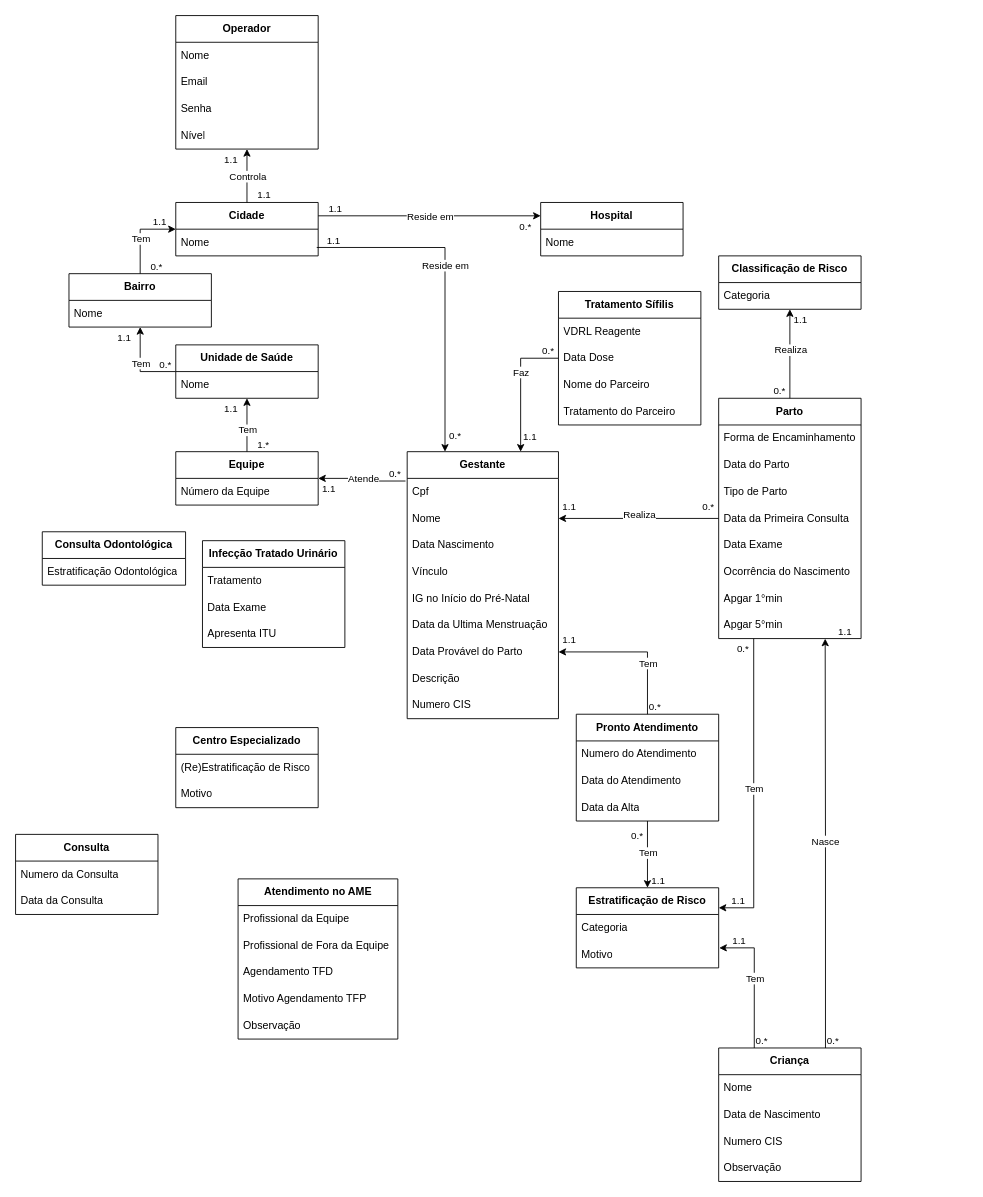
Before: Diagrama sem nome.drawio in LuizGustavoNascimeto/draw.io, a draw.io diagram. Source tidied: cells renumbered, new cells numbered last; positions are measured from the earlier drawing's top-left corner, leaving out a move shared by most shapes. Both pictures are drawn from the tidied source at 89%, with x=0, y=0 at pixel (15, 15).
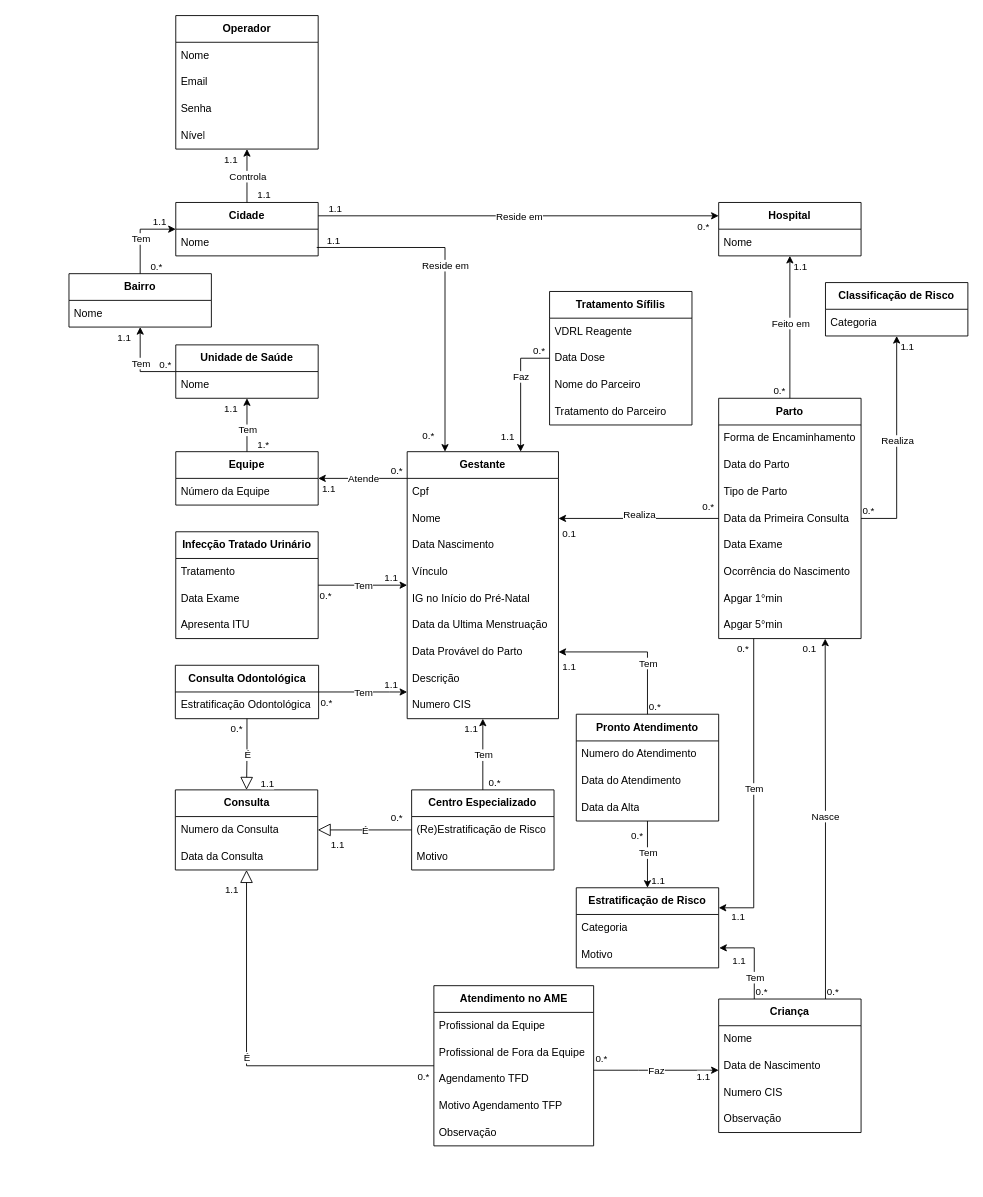
The same diagram, later.

Unchanged cells that the change refers to:
```xml
<mxCell id="25" value="&lt;div&gt;&lt;b&gt;Equipe&lt;/b&gt;&lt;/div&gt;" style="swimlane;fontStyle=0;horizontal=1;startSize=30;whiteSpace=wrap;html=1;" parent="1" vertex="1">
  <mxGeometry x="180" y="490" width="160" height="60" as="geometry" />
</mxCell>
<mxCell id="33" value="&lt;b&gt;Gestante&lt;br&gt;&lt;/b&gt;" style="swimlane;fontStyle=0;horizontal=1;startSize=30;whiteSpace=wrap;html=1;" parent="1" vertex="1">
  <mxGeometry x="440" y="490" width="170" height="300" as="geometry" />
</mxCell>
<mxCell id="34" value="Cpf" style="text;strokeColor=none;fillColor=none;align=left;verticalAlign=middle;spacingLeft=4;spacingRight=4;overflow=hidden;points=[[0,0.5],[1,0.5]];portConstraint=eastwest;whiteSpace=wrap;html=1;" parent="33" vertex="1">
  <mxGeometry y="30" width="170" height="30" as="geometry" />
</mxCell>
<mxCell id="42" value="Numero CIS" style="text;strokeColor=none;fillColor=none;align=left;verticalAlign=middle;spacingLeft=4;spacingRight=4;overflow=hidden;points=[[0,0.5],[1,0.5]];portConstraint=eastwest;whiteSpace=wrap;html=1;" parent="33" vertex="1">
  <mxGeometry y="270" width="170" height="30" as="geometry" />
</mxCell>
<mxCell id="77" value="&lt;b&gt;Parto&lt;br&gt;&lt;/b&gt;" style="swimlane;fontStyle=0;horizontal=1;startSize=30;whiteSpace=wrap;html=1;" parent="1" vertex="1">
  <mxGeometry x="790" y="430" width="160" height="270" as="geometry" />
</mxCell>
<mxCell id="81" value="Data da Primeira Consulta" style="text;strokeColor=none;fillColor=none;align=left;verticalAlign=middle;spacingLeft=4;spacingRight=4;overflow=hidden;points=[[0,0.5],[1,0.5]];portConstraint=eastwest;whiteSpace=wrap;html=1;" parent="77" vertex="1">
  <mxGeometry y="120" width="160" height="30" as="geometry" />
</mxCell>
<mxCell id="93" style="endArrow=classic;html=1;rounded=0;entryX=0.25;entryY=0;entryDx=0;entryDy=0;edgeStyle=orthogonalEdgeStyle;exitX=0.99;exitY=0.685;exitDx=0;exitDy=0;exitPerimeter=0;" parent="1" edge="1" source="8" target="33">
  <mxGeometry relative="1" as="geometry" />
</mxCell>
<mxCell id="101" style="endArrow=classic;html=1;rounded=0;entryX=0.75;entryY=0;entryDx=0;entryDy=0;edgeStyle=orthogonalEdgeStyle;exitX=0;exitY=0.5;exitDx=0;exitDy=0;" parent="1" edge="1" source="88" target="33">
  <mxGeometry relative="1" as="geometry">
    <Array as="points">
      <mxPoint x="567" y="385" />
    </Array>
  </mxGeometry>
</mxCell>
<mxCell id="105" style="endArrow=classic;html=1;rounded=0;entryX=1;entryY=0.5;entryDx=0;entryDy=0;edgeStyle=orthogonalEdgeStyle;" parent="1" edge="1" source="77" target="35">
  <mxGeometry relative="1" as="geometry" />
</mxCell>
<mxCell id="113" style="endArrow=classic;html=1;rounded=0;entryX=1;entryY=0.5;entryDx=0;entryDy=0;edgeStyle=orthogonalEdgeStyle;" parent="1" edge="1" source="73" target="40">
  <mxGeometry relative="1" as="geometry" />
</mxCell>
<mxCell id="121" style="endArrow=classic;html=1;rounded=0;entryX=1;entryY=0.25;entryDx=0;entryDy=0;edgeStyle=orthogonalEdgeStyle;exitX=0.246;exitY=1.003;exitDx=0;exitDy=0;exitPerimeter=0;" parent="1" edge="1" source="85" target="65">
  <mxGeometry relative="1" as="geometry" />
</mxCell>
<mxCell id="125" style="endArrow=classic;html=1;rounded=0;edgeStyle=orthogonalEdgeStyle;exitX=0.75;exitY=0;exitDx=0;exitDy=0;entryX=0.748;entryY=1.003;entryDx=0;entryDy=0;entryPerimeter=0;" parent="1" edge="1" source="68" target="85">
  <mxGeometry relative="1" as="geometry" />
</mxCell>
<mxCell id="129" style="endArrow=classic;html=1;rounded=0;edgeStyle=orthogonalEdgeStyle;exitX=0.25;exitY=0;exitDx=0;exitDy=0;entryX=1.004;entryY=0.251;entryDx=0;entryDy=0;entryPerimeter=0;" parent="1" edge="1" source="68" target="67">
  <mxGeometry relative="1" as="geometry" />
</mxCell>
```

Change to the diagram source:
```diff
@@
     <mxCell id="31" value="&lt;b&gt;Hospital&lt;/b&gt;" style="swimlane;fontStyle=0;horizontal=1;startSize=30;whiteSpace=wrap;html=1;" parent="1" vertex="1">
-      <mxGeometry x="590" y="210" width="160" height="60" as="geometry" />
+      <mxGeometry x="790" y="210" width="160" height="60" as="geometry" />
     </mxCell>
@@
-    <mxCell id="43" style="endArrow=classic;html=1;rounded=0;edgeStyle=orthogonalEdgeStyle;exitX=-0.011;exitY=0.099;exitDx=0;exitDy=0;exitPerimeter=0;" parent="1" edge="1" source="34" target="25">
+    <mxCell id="43" style="endArrow=classic;html=1;rounded=0;edgeStyle=orthogonalEdgeStyle;exitX=0.001;exitY=0.1;exitDx=0;exitDy=0;exitPerimeter=0;" parent="1" edge="1" source="33" target="25">
       <mxGeometry relative="1" as="geometry" />
     </mxCell>
@@
     <mxCell id="47" value="&lt;b&gt;Consulta Odontológica&lt;/b&gt;" style="swimlane;fontStyle=0;horizontal=1;startSize=30;whiteSpace=wrap;html=1;" parent="1" vertex="1">
-      <mxGeometry x="30" y="580" width="161" height="60" as="geometry" />
+      <mxGeometry x="179.5" y="730" width="161" height="60" as="geometry" />
     </mxCell>
@@
     <mxCell id="49" value="&lt;b&gt;Infecção Tratado Urinário&lt;br&gt;&lt;/b&gt;" style="swimlane;fontStyle=0;horizontal=1;startSize=30;whiteSpace=wrap;html=1;" parent="1" vertex="1">
-      <mxGeometry x="210" y="590" width="160" height="120" as="geometry" />
+      <mxGeometry x="180" y="580" width="160" height="120" as="geometry" />
     </mxCell>
@@
     <mxCell id="53" value="&lt;b&gt;Centro Especializado&lt;br&gt;&lt;/b&gt;" style="swimlane;fontStyle=0;horizontal=1;startSize=30;whiteSpace=wrap;html=1;" parent="1" vertex="1">
-      <mxGeometry x="180" y="800" width="160" height="90" as="geometry" />
+      <mxGeometry x="445" y="870" width="160" height="90" as="geometry" />
     </mxCell>
@@
     <mxCell id="56" value="&lt;b&gt;Consulta&lt;br&gt;&lt;/b&gt;" style="swimlane;fontStyle=0;horizontal=1;startSize=30;whiteSpace=wrap;html=1;" parent="1" vertex="1">
-      <mxGeometry y="920" width="160" height="90" as="geometry" />
+      <mxGeometry x="179.5" y="870" width="160" height="90" as="geometry" />
     </mxCell>
@@
     <mxCell id="59" value="&lt;b&gt;Atendimento no AME&lt;br&gt;&lt;/b&gt;" style="swimlane;fontStyle=0;horizontal=1;startSize=30;whiteSpace=wrap;html=1;" parent="1" vertex="1">
-      <mxGeometry x="250" y="970" width="179.5" height="180" as="geometry" />
+      <mxGeometry x="470" y="1090" width="179.5" height="180" as="geometry" />
     </mxCell>
@@
     <mxCell id="68" value="&lt;b&gt;Criança&lt;br&gt;&lt;/b&gt;" style="swimlane;fontStyle=0;horizontal=1;startSize=30;whiteSpace=wrap;html=1;" parent="1" vertex="1">
-      <mxGeometry x="790" y="1160" width="160" height="150" as="geometry" />
+      <mxGeometry x="790" y="1105" width="160" height="150" as="geometry" />
     </mxCell>
@@
     <mxCell id="86" value="&lt;b&gt;Tratamento Sífilis&lt;br&gt;&lt;/b&gt;" style="swimlane;fontStyle=0;horizontal=1;startSize=30;whiteSpace=wrap;html=1;" parent="1" vertex="1">
-      <mxGeometry x="610" y="310" width="160" height="150" as="geometry" />
+      <mxGeometry x="600" y="310" width="160" height="150" as="geometry" />
     </mxCell>
@@
     <mxCell id="91" value="&lt;b&gt;Classificação de Risco&lt;br&gt;&lt;/b&gt;" style="swimlane;fontStyle=0;horizontal=1;startSize=30;whiteSpace=wrap;html=1;" parent="1" vertex="1">
-      <mxGeometry x="790" y="270" width="160" height="60" as="geometry" />
+      <mxGeometry x="910" y="300" width="160" height="60" as="geometry" />
     </mxCell>
@@
     <mxCell id="96" value="0.*" style="edgeLabel;html=1;align=right;verticalAlign=bottom;rotation=0;" parent="93" vertex="1">
       <mxGeometry x="1" relative="1" as="geometry">
-        <mxPoint x="18" y="-10" as="offset" />
+        <mxPoint x="-12" y="-10" as="offset" />
       </mxGeometry>
     </mxCell>
@@
     <mxCell id="104" value="1.1" style="edgeLabel;html=1;align=right;verticalAlign=bottom;rotation=0;" parent="101" vertex="1">
       <mxGeometry x="1" relative="1" as="geometry">
-        <mxPoint x="18" y="-10" as="offset" />
+        <mxPoint x="-7" y="-10" as="offset" />
       </mxGeometry>
     </mxCell>
@@
-    <mxCell id="108" value="1.1" style="edgeLabel;html=1;align=right;verticalAlign=bottom;rotation=0;" parent="105" vertex="1">
+    <mxCell id="108" value="0.1" style="edgeLabel;html=1;align=right;verticalAlign=bottom;rotation=0;" parent="105" vertex="1">
       <mxGeometry x="1" relative="1" as="geometry">
-        <mxPoint x="20" y="-5" as="offset" />
+        <mxPoint x="20" y="25" as="offset" />
       </mxGeometry>
     </mxCell>
-    <mxCell id="109" style="endArrow=classic;html=1;rounded=0;edgeStyle=orthogonalEdgeStyle;" parent="1" edge="1" source="77" target="91">
+    <mxCell id="109" style="endArrow=classic;html=1;rounded=0;edgeStyle=orthogonalEdgeStyle;" parent="1" edge="1" source="81" target="91">
       <mxGeometry relative="1" as="geometry" />
     </mxCell>
@@
     <mxCell id="111" value="0.*" style="edgeLabel;html=1;align=left;verticalAlign=bottom;" parent="109" vertex="1">
-      <mxGeometry x="-1" relative="1" as="geometry">
-        <mxPoint x="-20" as="offset" />
-      </mxGeometry>
+      <mxGeometry x="-1" relative="1" as="geometry" />
     </mxCell>
@@
     <mxCell id="116" value="1.1" style="edgeLabel;html=1;align=right;verticalAlign=bottom;rotation=0;" parent="113" vertex="1">
       <mxGeometry x="1" relative="1" as="geometry">
-        <mxPoint x="20" y="-5" as="offset" />
+        <mxPoint x="20" y="25" as="offset" />
       </mxGeometry>
     </mxCell>
@@
     <mxCell id="124" value="1.1" style="edgeLabel;html=1;align=right;verticalAlign=bottom;rotation=0;" parent="121" vertex="1">
       <mxGeometry x="1" relative="1" as="geometry">
-        <mxPoint x="30" as="offset" />
+        <mxPoint x="30" y="18" as="offset" />
       </mxGeometry>
     </mxCell>
@@
-    <mxCell id="128" value="1.1" style="edgeLabel;html=1;align=right;verticalAlign=bottom;rotation=0;" parent="125" vertex="1">
+    <mxCell id="128" value="0.1" style="edgeLabel;html=1;align=right;verticalAlign=bottom;rotation=0;" parent="125" vertex="1">
       <mxGeometry x="1" relative="1" as="geometry">
-        <mxPoint x="30" as="offset" />
+        <mxPoint x="-10" y="20" as="offset" />
       </mxGeometry>
     </mxCell>
@@
     <mxCell id="130" value="Tem" style="edgeLabel;html=1;align=center;verticalAlign=middle;" parent="129" vertex="1">
       <mxGeometry relative="1" as="geometry">
-        <mxPoint y="-3" as="offset" />
+        <mxPoint y="23" as="offset" />
       </mxGeometry>
     </mxCell>
@@
     <mxCell id="132" value="1.1" style="edgeLabel;html=1;align=right;verticalAlign=bottom;rotation=0;" parent="129" vertex="1">
       <mxGeometry x="1" relative="1" as="geometry">
-        <mxPoint x="30" as="offset" />
+        <mxPoint x="30" y="22" as="offset" />
       </mxGeometry>
     </mxCell>
+    <mxCell id="133" style="endArrow=classic;html=1;rounded=0;edgeStyle=orthogonalEdgeStyle;" parent="1" edge="1" source="49" target="33">
+      <mxGeometry relative="1" as="geometry" />
+    </mxCell>
+    <mxCell id="134" value="Tem" style="edgeLabel;html=1;align=center;verticalAlign=middle;" parent="133" vertex="1">
+      <mxGeometry relative="1" as="geometry" />
+    </mxCell>
+    <mxCell id="135" value="0.*" style="edgeLabel;html=1;align=left;verticalAlign=bottom;" parent="133" vertex="1">
+      <mxGeometry x="-1" relative="1" as="geometry">
+        <mxPoint y="20" as="offset" />
+      </mxGeometry>
+    </mxCell>
+    <mxCell id="136" value="1.1" style="edgeLabel;html=1;align=right;verticalAlign=bottom;rotation=0;" parent="133" vertex="1">
+      <mxGeometry x="1" relative="1" as="geometry">
+        <mxPoint x="-10" as="offset" />
+      </mxGeometry>
+    </mxCell>
+    <mxCell id="137" style="endArrow=classic;html=1;rounded=0;edgeStyle=orthogonalEdgeStyle;entryX=0;entryY=0.001;entryDx=0;entryDy=0;entryPerimeter=0;" parent="1" edge="1" source="47" target="42">
+      <mxGeometry relative="1" as="geometry">
+        <Array as="points">
+          <mxPoint x="420" y="760" />
+          <mxPoint x="420" y="760" />
+        </Array>
+      </mxGeometry>
+    </mxCell>
+    <mxCell id="138" value="Tem" style="edgeLabel;html=1;align=center;verticalAlign=middle;" parent="137" vertex="1">
+      <mxGeometry relative="1" as="geometry" />
+    </mxCell>
+    <mxCell id="139" value="0.*" style="edgeLabel;html=1;align=left;verticalAlign=bottom;" parent="137" vertex="1">
+      <mxGeometry x="-1" relative="1" as="geometry">
+        <mxPoint y="20" as="offset" />
+      </mxGeometry>
+    </mxCell>
+    <mxCell id="140" value="1.1" style="edgeLabel;html=1;align=right;verticalAlign=bottom;rotation=0;" parent="137" vertex="1">
+      <mxGeometry x="1" relative="1" as="geometry">
+        <mxPoint x="-10" as="offset" />
+      </mxGeometry>
+    </mxCell>
+    <mxCell id="141" style="endArrow=classic;html=1;rounded=0;edgeStyle=orthogonalEdgeStyle;" parent="1" edge="1" source="59" target="68">
+      <mxGeometry relative="1" as="geometry">
+        <Array as="points">
+          <mxPoint x="700" y="1185" />
+          <mxPoint x="700" y="1185" />
+        </Array>
+      </mxGeometry>
+    </mxCell>
+    <mxCell id="142" value="Faz" style="edgeLabel;html=1;align=center;verticalAlign=middle;" parent="141" vertex="1">
+      <mxGeometry relative="1" as="geometry" />
+    </mxCell>
+    <mxCell id="143" value="0.*" style="edgeLabel;html=1;align=left;verticalAlign=bottom;" parent="141" vertex="1">
+      <mxGeometry x="-1" relative="1" as="geometry">
+        <mxPoint y="-5" as="offset" />
+      </mxGeometry>
+    </mxCell>
+    <mxCell id="144" value="1.1" style="edgeLabel;html=1;align=right;verticalAlign=bottom;rotation=0;" parent="141" vertex="1">
+      <mxGeometry x="1" relative="1" as="geometry">
+        <mxPoint x="-10" y="15" as="offset" />
+      </mxGeometry>
+    </mxCell>
+    <mxCell id="145" style="endArrow=classic;html=1;rounded=0;edgeStyle=orthogonalEdgeStyle;" parent="1" edge="1" source="53" target="33">
+      <mxGeometry relative="1" as="geometry" />
+    </mxCell>
+    <mxCell id="146" value="Tem" style="edgeLabel;html=1;align=center;verticalAlign=middle;" parent="145" vertex="1">
+      <mxGeometry relative="1" as="geometry" />
+    </mxCell>
+    <mxCell id="147" value="0.*" style="edgeLabel;html=1;align=left;verticalAlign=bottom;" parent="145" vertex="1">
+      <mxGeometry x="-1" relative="1" as="geometry">
+        <mxPoint x="5" as="offset" />
+      </mxGeometry>
+    </mxCell>
+    <mxCell id="148" value="1.1" style="edgeLabel;html=1;align=right;verticalAlign=bottom;rotation=0;" parent="145" vertex="1">
+      <mxGeometry x="1" relative="1" as="geometry">
+        <mxPoint x="-5" y="20" as="offset" />
+      </mxGeometry>
+    </mxCell>
+    <mxCell id="149" style="endArrow=block;endFill=0;endSize=12;html=1;rounded=0;strokeColor=default;edgeStyle=orthogonalEdgeStyle;" parent="1" edge="1" source="53" target="56">
+      <mxGeometry relative="1" as="geometry" />
+    </mxCell>
+    <mxCell id="150" value="É" style="edgeLabel;html=1;align=center;verticalAlign=middle;" parent="149" vertex="1">
+      <mxGeometry relative="1" as="geometry" />
+    </mxCell>
+    <mxCell id="151" value="0.*" style="edgeLabel;html=1;align=left;verticalAlign=bottom;" parent="149" vertex="1">
+      <mxGeometry x="-1" relative="1" as="geometry">
+        <mxPoint x="-25" y="-5" as="offset" />
+      </mxGeometry>
+    </mxCell>
+    <mxCell id="152" value="1.1" style="edgeLabel;html=1;align=right;verticalAlign=bottom;rotation=0;" parent="149" vertex="1">
+      <mxGeometry x="1" relative="1" as="geometry">
+        <mxPoint x="31" y="25" as="offset" />
+      </mxGeometry>
+    </mxCell>
+    <mxCell id="153" style="endArrow=classic;html=1;rounded=0;edgeStyle=orthogonalEdgeStyle;" parent="1" edge="1" source="77" target="31">
+      <mxGeometry relative="1" as="geometry" />
+    </mxCell>
+    <mxCell id="154" value="Feito em" style="edgeLabel;html=1;align=center;verticalAlign=middle;" parent="153" vertex="1">
+      <mxGeometry relative="1" as="geometry">
+        <mxPoint y="-5" as="offset" />
+      </mxGeometry>
+    </mxCell>
+    <mxCell id="155" value="0.*" style="edgeLabel;html=1;align=left;verticalAlign=bottom;" parent="153" vertex="1">
+      <mxGeometry x="-1" relative="1" as="geometry">
+        <mxPoint x="-20" as="offset" />
+      </mxGeometry>
+    </mxCell>
+    <mxCell id="156" value="1.1" style="edgeLabel;html=1;align=right;verticalAlign=bottom;rotation=0;" parent="153" vertex="1">
+      <mxGeometry x="1" relative="1" as="geometry">
+        <mxPoint x="20" y="20" as="offset" />
+      </mxGeometry>
+    </mxCell>
+    <mxCell id="157" style="endArrow=block;endFill=0;endSize=12;html=1;rounded=0;strokeColor=default;edgeStyle=orthogonalEdgeStyle;" parent="1" edge="1" source="47" target="56">
+      <mxGeometry relative="1" as="geometry" />
+    </mxCell>
+    <mxCell id="158" value="É" style="edgeLabel;html=1;align=center;verticalAlign=middle;" parent="157" vertex="1">
+      <mxGeometry relative="1" as="geometry" />
+    </mxCell>
+    <mxCell id="159" value="0.*" style="edgeLabel;html=1;align=left;verticalAlign=bottom;" parent="157" vertex="1">
+      <mxGeometry x="-1" relative="1" as="geometry">
+        <mxPoint x="-20" y="20" as="offset" />
+      </mxGeometry>
+    </mxCell>
+    <mxCell id="160" value="1.1" style="edgeLabel;html=1;align=right;verticalAlign=bottom;rotation=0;" parent="157" vertex="1">
+      <mxGeometry x="1" relative="1" as="geometry">
+        <mxPoint x="31" as="offset" />
+      </mxGeometry>
+    </mxCell>
+    <mxCell id="161" style="endArrow=block;endFill=0;endSize=12;html=1;rounded=0;strokeColor=default;edgeStyle=orthogonalEdgeStyle;" parent="1" edge="1" source="59" target="56">
+      <mxGeometry relative="1" as="geometry" />
+    </mxCell>
+    <mxCell id="162" value="É" style="edgeLabel;html=1;align=center;verticalAlign=middle;" parent="161" vertex="1">
+      <mxGeometry relative="1" as="geometry">
+        <mxPoint y="-5" as="offset" />
+      </mxGeometry>
+    </mxCell>
+    <mxCell id="163" value="0.*" style="edgeLabel;html=1;align=left;verticalAlign=bottom;" parent="161" vertex="1">
+      <mxGeometry x="-1" relative="1" as="geometry">
+        <mxPoint x="-20" y="20" as="offset" />
+      </mxGeometry>
+    </mxCell>
+    <mxCell id="164" value="1.1" style="edgeLabel;html=1;align=right;verticalAlign=bottom;rotation=0;" parent="161" vertex="1">
+      <mxGeometry x="1" relative="1" as="geometry">
+        <mxPoint x="-9" y="30" as="offset" />
+      </mxGeometry>
+    </mxCell>
```
